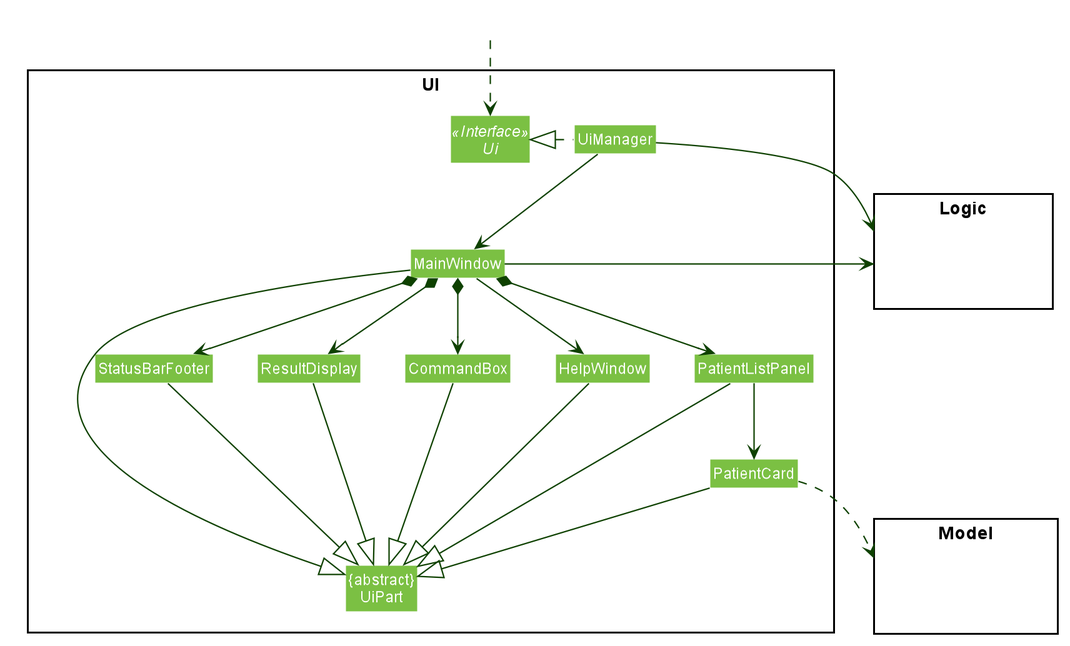
Earlier version of the PlantUML export docs/images/UML_Diagrams/UiClassDiagram.png (nus-cs2103-AY2021S1/tp). The source it was exported from:
```plantuml
@startuml








skinparam BackgroundColor #FFFFFFF

skinparam Shadowing false

skinparam Class {
    FontColor #FFFFFF
    BorderThickness 1
    BorderColor #FFFFFF
    StereotypeFontColor #FFFFFF
    FontName Arial
}

skinparam Actor {
    BorderColor #000000
    Color #000000
    FontName Arial
}

skinparam Sequence {
    MessageAlign center
    BoxFontSize 15
    BoxPadding 0
    BoxFontColor #FFFFFF
    FontName Arial
}

skinparam Participant {
    FontColor #FFFFFFF
    Padding 20
}

skinparam MinClassWidth 50
skinparam ParticipantPadding 10
skinparam Shadowing false
skinparam DefaultTextAlignment center
skinparam packageStyle Rectangle

hide footbox
hide members
hide circle
skinparam arrowThickness 1.1
skinparam arrowColor #0E4100
skinparam classBackgroundColor #7bc043

package UI <<Rectangle>>{
Interface Ui <<Interface>>
Class "{abstract}\nUiPart" as UiPart
Class UiManager
Class MainWindow
Class HelpWindow
Class ResultDisplay
Class PatientListPanel
Class PatientCard
Class StatusBarFooter
Class CommandBox
}

package Model <<Rectangle>> {
Class HiddenModel #FFFFFF
}

package Logic <<Rectangle>> {
Class HiddenLogic #FFFFFF
}

Class HiddenOutside #FFFFFF
HiddenOutside ..> Ui

UiManager .left.|> Ui
UiManager -down-> MainWindow
MainWindow --> HelpWindow
MainWindow *-down-> CommandBox
MainWindow *-down-> ResultDisplay
MainWindow *-down-> PatientListPanel
MainWindow *-down-> StatusBarFooter

PatientListPanel -down-> PatientCard

MainWindow -left-|> UiPart

ResultDisplay --|> UiPart
CommandBox --|> UiPart
PatientListPanel --|> UiPart
PatientCard --|> UiPart
StatusBarFooter --|> UiPart
HelpWindow -down-|> UiPart

PatientCard ..> Model
UiManager -right-> Logic
MainWindow -left-> Logic

PatientListPanel -[hidden]left- HelpWindow
HelpWindow -[hidden]left- CommandBox
CommandBox -[hidden]left- ResultDisplay
ResultDisplay -[hidden]left- StatusBarFooter

MainWindow -[hidden]-|> UiPart
@enduml
```
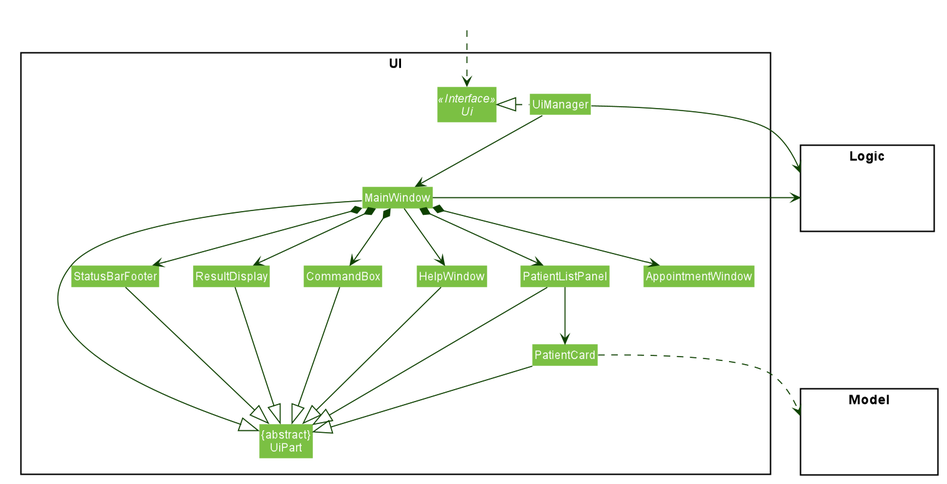
Above is the later version.

What changed in the source:
```diff
@@ -59,6 +59,7 @@
 Class HelpWindow
 Class ResultDisplay
 Class PatientListPanel
+Class AppointmentWindow
 Class PatientCard
 Class StatusBarFooter
 Class CommandBox
@@ -82,6 +83,7 @@
 MainWindow *-down-> ResultDisplay
 MainWindow *-down-> PatientListPanel
 MainWindow *-down-> StatusBarFooter
+MainWindow *-down-> AppointmentWindow
 
 PatientListPanel -down-> PatientCard
 
```
